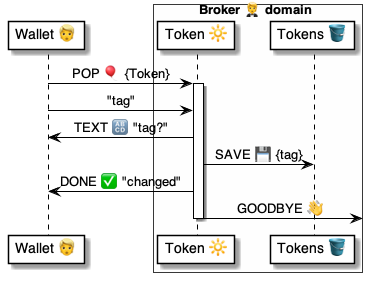
Earlier version of the PlantUML export 4 ⚙️ Solution/20 🧑‍🦰 UI/Brokers 🤵/🤵🔆 Broker locators/PopToken 🔆/Token » Tag/🤵 PopTokenTag ⚙️ uml.png (pollyweb-org/pollyweb-docs). Its source is kept beside it as 4 ⚙️ Solution/20 🧑‍🦰 UI/Brokers 🤵/🤵🔆 Broker locators/PopToken 🔆/Token » Tag/🤵 PopTokenTag ⚙️ uml.puml.
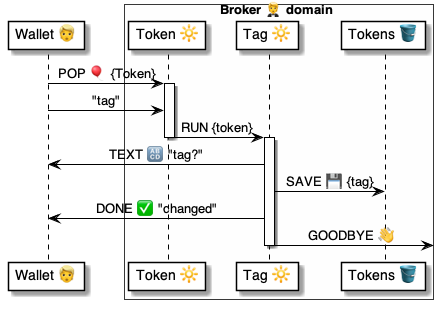
Later version of the same file.

Change to the diagram source:
```diff
@@ -1,8 +1,9 @@
-@startuml PopRemoveToken
+@startuml PopTokenTag
 
 participant "Wallet 👱" as wallet
 box Broker 🤵 domain #FFFFFA
     participant "Token 🔆" as token
+    participant "Tag 🔆" as tag
     participant "Tokens 🪣" as tokens
 end box
 
@@ -11,10 +12,14 @@
 
 activate token
     wallet -> token: "tag"
-    token -> wallet: TEXT 🔠 "tag?"
-    token -> tokens: SAVE 💾 {tag}
-    token -> wallet: DONE ✅ "changed"
-    token -> : GOODBYE 👋
+    token -> tag: RUN {token}
 deactivate token
 
+activate tag
+    tag -> wallet: TEXT 🔠 "tag?"
+    tag -> tokens: SAVE 💾 {tag}
+    tag -> wallet: DONE ✅ "changed"
+    tag -> : GOODBYE 👋
+deactivate tag
+
 @enduml
```
